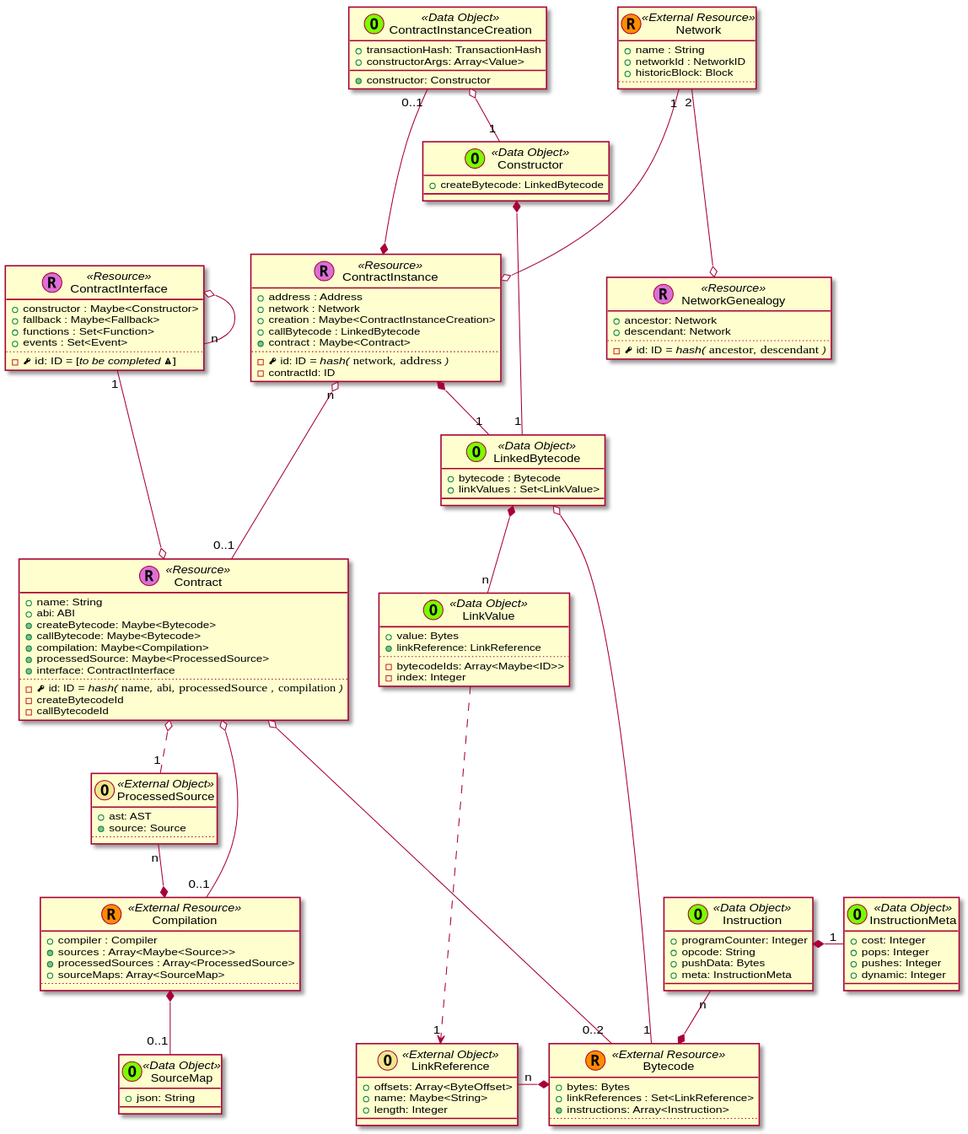
Earlier version of the PlantUML export contrib/trufflesuite/add-network-genealogy/_images/plantuml-15557ccde1ffa6e2d54df3f76d91af906291b86a.svg (trufflesuite/artifact-updates). The source it was exported from:
```plantuml
@startuml
scale 0.75






skinparam defaultMonospacedFontName Andale Mono





    class Contract << (R,orchid) Resource >> {
      + name: String
      + abi: ABI
      + {method} createBytecode: Maybe<Bytecode>
      + {method} callBytecode: Maybe<Bytecode>
      + {method} compilation: Maybe<Compilation>
      + {method} processedSource: Maybe<ProcessedSource>
      + {method} interface: ContractInterface
      ..
      - {field} <&key> id: ID //= hash(// ""name""//,// ""abi""//,// ""processedSource"" //,// ""compilation"" //)//
      - createBytecodeId
      - callBytecodeId
    }


  class ContractInstance << (R,orchid) Resource >> {
    + address : Address
    + network : Network
    + creation : Maybe<ContractInstanceCreation>
    + callBytecode : LinkedBytecode
    + {method} contract : Maybe<Contract>
    ..
    - {field} <&key> id: ID //= hash(// ""network""//,// ""address"" //)//
    - contractId: ID
  }

  ContractInstanceCreation "0..1" ---* ContractInstance

  class ContractInterface << (R,orchid) Resource >> {
    + constructor : Maybe<Constructor>
    + fallback : Maybe<Fallback>
    + functions : Set<Function>
    + events : Set<Event>
    ..
    - {field} <&key> id: ID = [//to be completed <&warning>//]
  }

  ContractInterface o-- "n" ContractInterface



  class Constructor << (O,lawngreen) Data Object >> {
    + createBytecode: LinkedBytecode
  }



    class Bytecode << (R,darkorange) External Resource >> {
      + bytes: Bytes
      + linkReferences : Set<LinkReference>
      + {method} instructions: Array<Instruction>
      ..
    }

    class Instruction << (O,lawngreen) Data Object >> {
      + programCounter: Integer
      + opcode: String
      + pushData: Bytes
      + meta: InstructionMeta
    }

    class InstructionMeta << (O,lawngreen) Data Object >> {
      + cost: Integer
      + pops: Integer
      + pushes: Integer
      + dynamic: Integer
    }

    Instruction *-right- "1" InstructionMeta
    Instruction "n" --* Bytecode





    class Compilation << (R,darkorange) External Resource >> {
      + compiler : Compiler
      + {method} sources : Array<Maybe<Source>>
      + {method} processedSources : Array<ProcessedSource>
      + sourceMaps: Array<SourceMap>
      ..
    }

  ProcessedSource "n" --* Compilation

    class Network << (R,darkorange) External Resource >> {
      + name : String
      + networkId : NetworkID
      + historicBlock: Block
      ..
    }



    class NetworkGenealogy << (R,orchid) Resource >> {
      + ancestor: Network
      + descendant: Network
      ..
      - {field} <&key> id: ID //= hash(// ""ancestor""//,// ""descendant"" //)//
    }

    Network  "2" ---o  NetworkGenealogy




    class LinkedBytecode << (O,lawngreen) Data Object >> {
      + bytecode : Bytecode
      + linkValues : Set<LinkValue>
    }


    class ContractInstanceCreation << (O,lawngreen) Data Object >> {
      + transactionHash: TransactionHash
      + constructorArgs: Array<Value>
      + {method} constructor: Constructor
    }

    class LinkValue << (O,lawngreen) Data Object >> {
      + value: Bytes
      + {method} linkReference: LinkReference
      ..
      - bytecodeIds: Array<Maybe<ID>>
      - index: Integer
    }

    class LinkReference << (O,khaki) External Object >> {
      + offsets: Array<ByteOffset>
      + name: Maybe<String>
      + length: Integer
    }

    class SourceMap << (O,lawngreen) Data Object >> {
      + json: String
    }


    class ProcessedSource << (O,khaki) External Object >> {
      + ast: AST
      + {method} source: Source
      ..
    }









  ContractInstance "n" o--- "0..1" Contract

  Contract o-- "0..2" Bytecode

  ContractInterface "1" ---o Contract

  Contract o-- "0..1" Compilation
  Contract o.. "1" ProcessedSource

  LinkedBytecode o---- "1" Bytecode

  LinkedBytecode *-- "n" LinkValue

  LinkReference "n" -* Bytecode

  LinkValue ....> "1" LinkReference



  Network "1" ---o ContractInstance

  ContractInstanceCreation o-- "1" Constructor

  ContractInstance *-- "1" LinkedBytecode

  Constructor *-- "1" LinkedBytecode




  Compilation *-- "0..1" SourceMap






@enduml
```
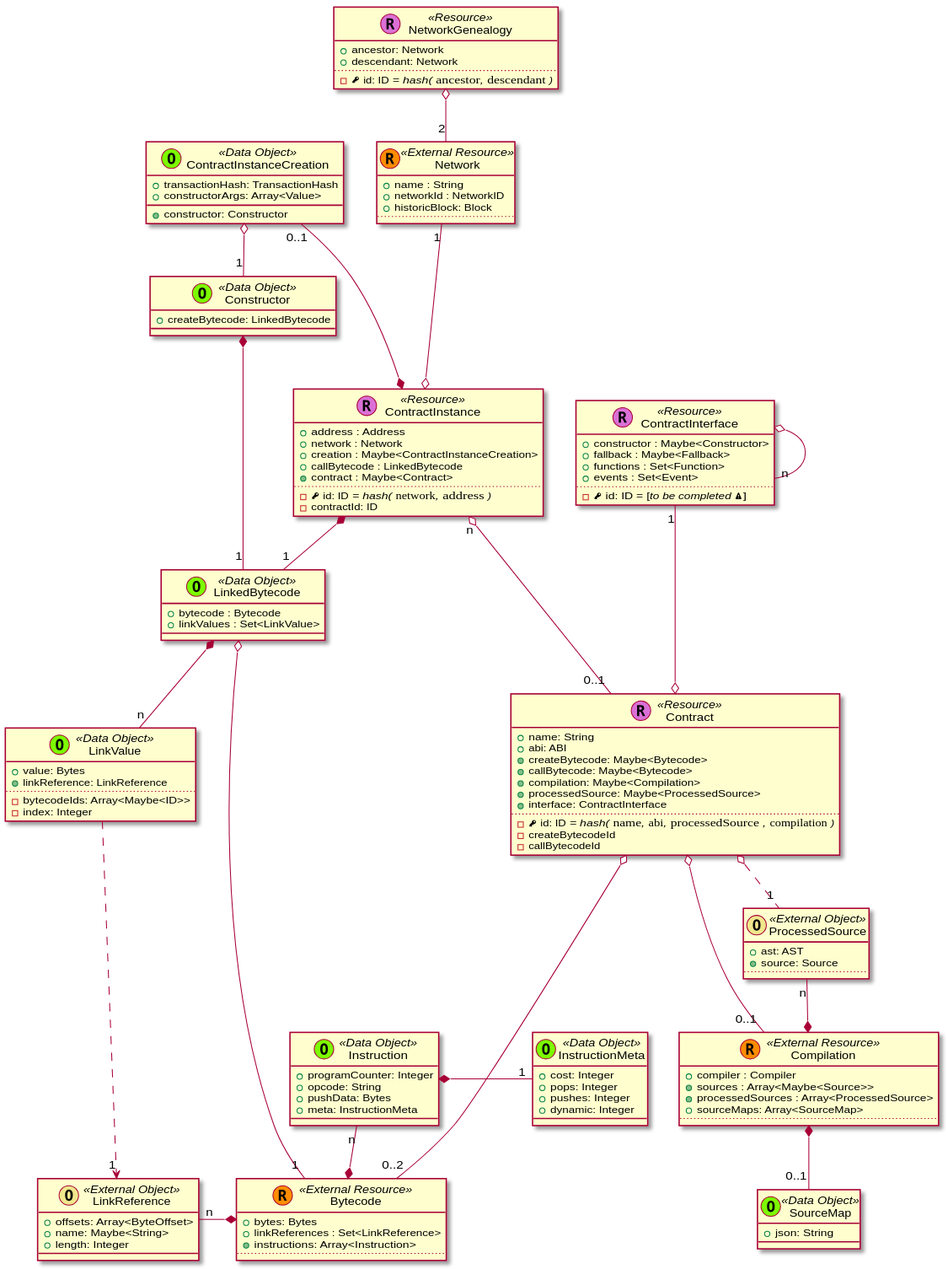
After the commit.

Change to the diagram source:
```diff
@@ -113,7 +113,7 @@
       - {field} <&key> id: ID //= hash(// ""ancestor""//,// ""descendant"" //)//
     }
 
-    Network  "2" ---o  NetworkGenealogy
+    NetworkGenealogy o-- "2" Network
 
 
 
@@ -199,5 +199,4 @@
 
 
 
-
 @enduml
```
